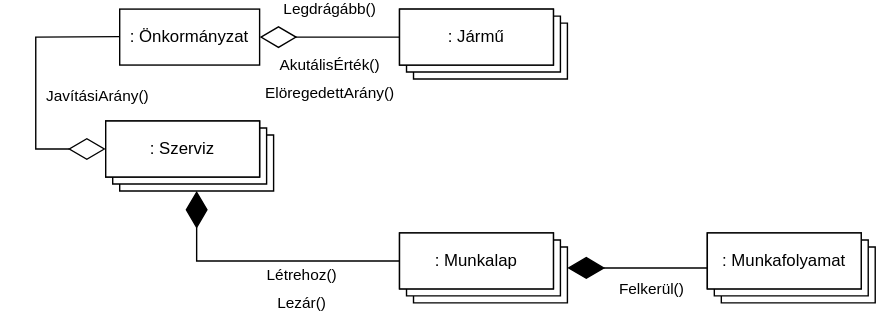
sassvagyok/elte-ik keeps this draw.io diagram as 2/oep/nagybeadando/terv/kommunikacios_diagram.svg. Above is the earlier version. Source tidied: cells renumbered, new cells last; positions are measured from the earlier drawing's top-left corner, leaving out a move shared by most shapes.
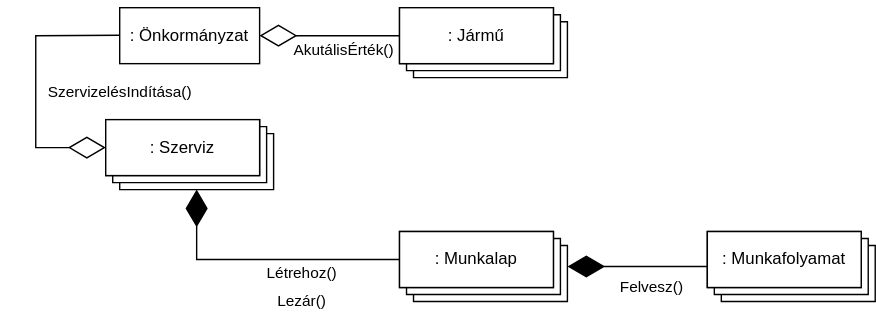
The same file after the commit.

What changed in the source:
```diff
@@ -59,13 +59,13 @@
     <mxCell id="18" style="endArrow=diamondThin;endFill=1;endSize=24;html=1;rounded=0;" parent="1" edge="1" source="16" target="7">
       <mxGeometry relative="1" as="geometry" />
     </mxCell>
-    <mxCell id="19" value="Felkerül()" style="edgeLabel;html=1;align=center;verticalAlign=middle;" parent="18" vertex="1">
+    <mxCell id="19" value="Felvesz()" style="edgeLabel;html=1;align=center;verticalAlign=middle;" parent="18" vertex="1">
       <mxGeometry x="-0.07" y="-2" relative="1" as="geometry">
         <mxPoint x="6" y="17" as="offset" />
       </mxGeometry>
     </mxCell>
     <mxCell id="20" value="AkutálisÉrték()" style="edgeLabel;html=1;align=center;verticalAlign=middle;" parent="1" vertex="1">
-      <mxGeometry x="210" y="40" as="geometry" />
+      <mxGeometry x="220" y="30" as="geometry" />
     </mxCell>
     <mxCell id="21" style="endArrow=diamondThin;endFill=0;endSize=24;html=1;rounded=0;exitX=0;exitY=0.5;exitDx=0;exitDy=0;entryX=0;entryY=0.5;entryDx=0;entryDy=0;" parent="1" edge="1" target="14">
       <mxGeometry relative="1" as="geometry">
@@ -76,19 +76,11 @@
         </Array>
       </mxGeometry>
     </mxCell>
-    <mxCell id="22" value="JavításiArány()" style="edgeLabel;html=1;align=center;verticalAlign=middle;" parent="1" vertex="1">
-      <mxGeometry x="30" y="70" as="geometry">
-        <mxPoint x="14" y="-8" as="offset" />
-      </mxGeometry>
-    </mxCell>
     <mxCell id="23" value="Lezár()" style="edgeLabel;html=1;align=center;verticalAlign=middle;" parent="1" vertex="1">
       <mxGeometry x="190" y="210" as="geometry" />
     </mxCell>
-    <mxCell id="24" value="ElöregedettArány()" style="edgeLabel;html=1;align=center;verticalAlign=middle;" parent="1" vertex="1">
-      <mxGeometry x="210" y="60" as="geometry" />
-    </mxCell>
-    <mxCell id="25" value="Legdrágább()" style="edgeLabel;html=1;align=center;verticalAlign=middle;" parent="1" vertex="1">
-      <mxGeometry x="210" as="geometry" />
-    </mxCell>
+    <mxCell id="26" value="SzervizelésIndítása()" style="edgeLabel;html=1;align=center;verticalAlign=middle;" parent="1" vertex="1">
+      <mxGeometry x="60" y="60" as="geometry" />
+    </mxCell>
   </root>
 </mxGraphModel>
```
